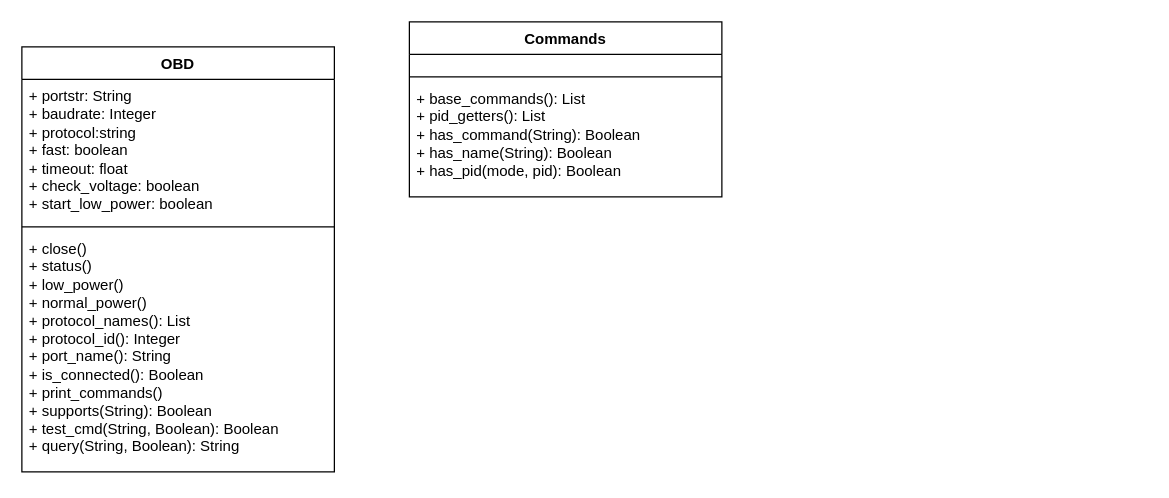
The draw.io diagram docs/python-OBD.drawio in ironiot/bcit-issp, before the edit. Source tidied: cells renumbered, new cells numbered last; positions are measured from the earlier drawing's top-left corner, leaving out a move shared by most shapes. Both pictures are drawn from the tidied source at 125%, with x=0, y=0 at pixel (21, 21).
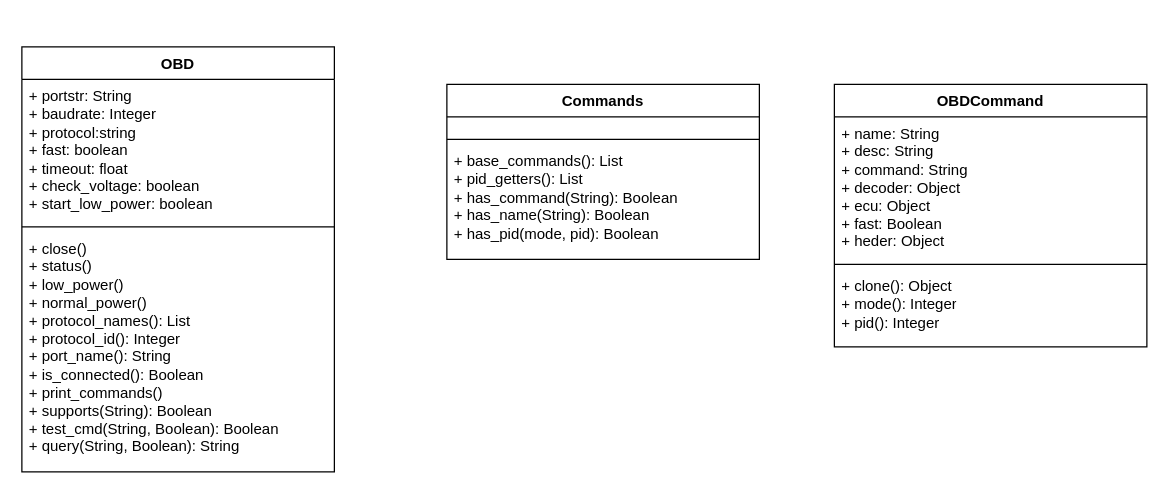
Above is the later version.

Commit message (it also covers changes not shown here):
added a UML class diagram for OBDCommand  class

Change to the diagram source:
```diff
@@
 <mxGraphModel>
   <root>
     <mxCell id="0" />
     <mxCell id="1" parent="0" />
     <mxCell id="2" value="OBD" style="swimlane;fontStyle=1;align=center;verticalAlign=top;horizontal=1;startSize=26;whiteSpace=wrap;html=1;" parent="1" vertex="1">
       <mxGeometry y="20" width="250" height="340" as="geometry" />
     </mxCell>
     <mxCell id="3" value="+ portstr: String&lt;div&gt;+ baudrate: Integer&lt;/div&gt;&lt;div&gt;+ protocol:string&lt;/div&gt;&lt;div&gt;+ fast: boolean&lt;/div&gt;&lt;div&gt;+ timeout: float&lt;/div&gt;&lt;div&gt;+ check_voltage: boolean&lt;/div&gt;&lt;div&gt;+ start_low_power: boolean&lt;/div&gt;&lt;div&gt;&lt;br&gt;&lt;/div&gt;" style="text;strokeColor=none;fillColor=none;align=left;verticalAlign=top;spacingLeft=4;spacingRight=4;overflow=hidden;whiteSpace=wrap;html=1;" parent="2" vertex="1">
       <mxGeometry y="26" width="250" height="114" as="geometry" />
     </mxCell>
     <mxCell id="4" style="line;strokeWidth=1;fillColor=none;align=left;verticalAlign=middle;spacingTop=-1;spacingLeft=3;spacingRight=3;labelPosition=right;strokeColor=inherit;" parent="2" vertex="1">
       <mxGeometry y="140" width="250" height="8" as="geometry" />
     </mxCell>
     <mxCell id="5" value="+ close()&lt;div&gt;+ status()&lt;/div&gt;&lt;div&gt;+ low_power()&lt;br&gt;+ normal_power()&lt;br&gt;&lt;div&gt;&lt;div&gt;&lt;div&gt;+ protocol_names(): List&lt;/div&gt;&lt;/div&gt;&lt;/div&gt;&lt;/div&gt;&lt;div&gt;+ protocol_id(): Integer&lt;br&gt;+ port_name(): String&lt;/div&gt;&lt;div&gt;+ is_connected(): Boolean&lt;/div&gt;&lt;div&gt;+ print_commands()&lt;/div&gt;&lt;div&gt;+ supports(String): Boolean&lt;/div&gt;&lt;div&gt;+ test_cmd(String, Boolean): Boolean&lt;/div&gt;&lt;div&gt;+ query(String, Boolean): String&lt;/div&gt;&lt;div&gt;&lt;br&gt;&lt;/div&gt;&lt;div&gt;&lt;br&gt;&lt;br&gt;&lt;/div&gt;" style="text;strokeColor=none;fillColor=none;align=left;verticalAlign=top;spacingLeft=4;spacingRight=4;overflow=hidden;whiteSpace=wrap;html=1;" parent="2" vertex="1">
       <mxGeometry y="148" width="250" height="192" as="geometry" />
     </mxCell>
     <mxCell id="6" value="Commands" style="swimlane;fontStyle=1;align=center;verticalAlign=top;horizontal=1;startSize=26;whiteSpace=wrap;html=1;" parent="1" vertex="1">
-      <mxGeometry x="310" width="250" height="140" as="geometry" />
+      <mxGeometry x="340" y="50" width="250" height="140" as="geometry" />
     </mxCell>
     <mxCell id="7" value="&lt;div&gt;&lt;br&gt;&lt;/div&gt;" style="text;strokeColor=none;fillColor=none;align=left;verticalAlign=top;spacingLeft=4;spacingRight=4;overflow=hidden;whiteSpace=wrap;html=1;" parent="6" vertex="1">
       <mxGeometry y="26" width="250" height="14" as="geometry" />
     </mxCell>
     <mxCell id="8" style="line;strokeWidth=1;fillColor=none;align=left;verticalAlign=middle;spacingTop=-1;spacingLeft=3;spacingRight=3;labelPosition=right;strokeColor=inherit;" parent="6" vertex="1">
       <mxGeometry y="40" width="250" height="8" as="geometry" />
     </mxCell>
     <mxCell id="9" value="&lt;div&gt;+ base_commands(): List&lt;/div&gt;&lt;div&gt;+ pid_getters(): List&lt;/div&gt;&lt;div&gt;+ has_command(String): Boolean&lt;/div&gt;&lt;div&gt;+ has_name(String): Boolean&lt;/div&gt;&lt;div&gt;+ has_pid(mode, pid): Boolean&lt;/div&gt;&lt;div&gt;&lt;br&gt;&lt;/div&gt;&lt;div&gt;&lt;br&gt;&lt;/div&gt;" style="text;strokeColor=none;fillColor=none;align=left;verticalAlign=top;spacingLeft=4;spacingRight=4;overflow=hidden;whiteSpace=wrap;html=1;" parent="6" vertex="1">
       <mxGeometry y="48" width="250" height="92" as="geometry" />
     </mxCell>
+    <mxCell id="10" value="OBDCommand" style="swimlane;fontStyle=1;align=center;verticalAlign=top;horizontal=1;startSize=26;whiteSpace=wrap;html=1;" parent="1" vertex="1">
+      <mxGeometry x="650" y="50" width="250" height="210" as="geometry" />
+    </mxCell>
+    <mxCell id="11" value="&lt;div&gt;+ name: String&lt;/div&gt;&lt;div&gt;+ desc: String&lt;/div&gt;&lt;div&gt;+ command: String&lt;/div&gt;&lt;div&gt;+ decoder: Object&lt;/div&gt;&lt;div&gt;+ ecu: Object&lt;/div&gt;&lt;div&gt;+ fast: Boolean&lt;/div&gt;&lt;div&gt;+ heder: Object&lt;/div&gt;" style="text;strokeColor=none;fillColor=none;align=left;verticalAlign=top;spacingLeft=4;spacingRight=4;overflow=hidden;whiteSpace=wrap;html=1;" parent="10" vertex="1">
+      <mxGeometry y="26" width="250" height="114" as="geometry" />
+    </mxCell>
+    <mxCell id="12" style="line;strokeWidth=1;fillColor=none;align=left;verticalAlign=middle;spacingTop=-1;spacingLeft=3;spacingRight=3;labelPosition=right;strokeColor=inherit;" parent="10" vertex="1">
+      <mxGeometry y="140" width="250" height="8" as="geometry" />
+    </mxCell>
+    <mxCell id="13" value="+ clone(): Object&lt;div&gt;+ mode(): Integer&lt;/div&gt;&lt;div&gt;+ pid(): Integer&lt;/div&gt;&lt;div&gt;&lt;br&gt;&lt;/div&gt;" style="text;strokeColor=none;fillColor=none;align=left;verticalAlign=top;spacingLeft=4;spacingRight=4;overflow=hidden;whiteSpace=wrap;html=1;" parent="10" vertex="1">
+      <mxGeometry y="148" width="250" height="62" as="geometry" />
+    </mxCell>
   </root>
 </mxGraphModel>
```
